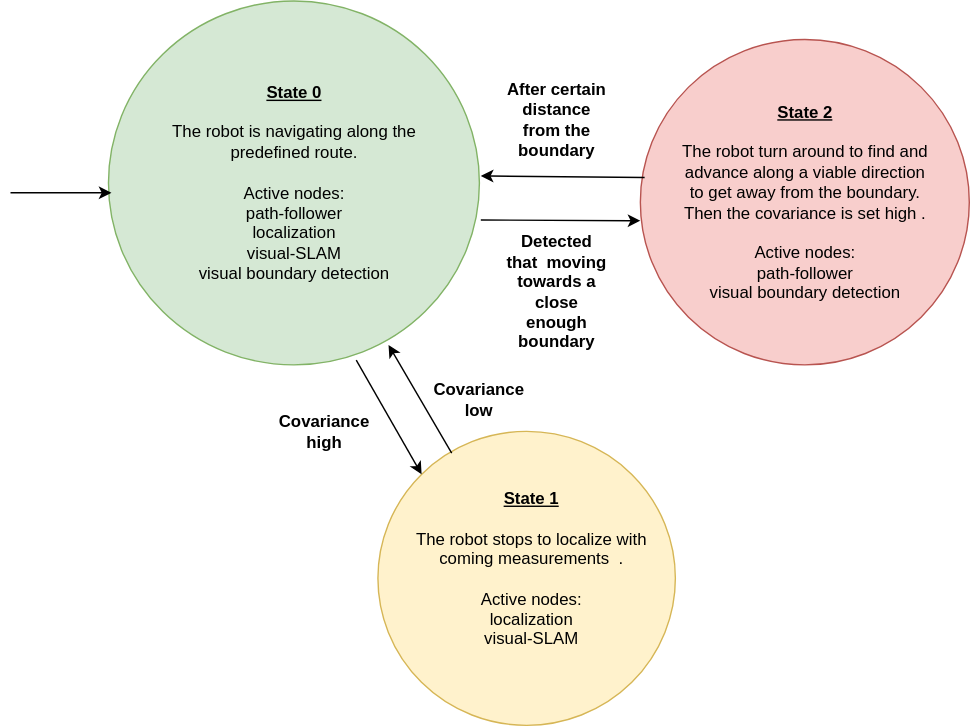
TianzeLi/hrp_myversion keeps this draw.io diagram as doc/media/states.svg. Above is the earlier version. Source tidied: cells renumbered, new cells last; positions are measured from the earlier drawing's top-left corner, leaving out a move shared by most shapes.
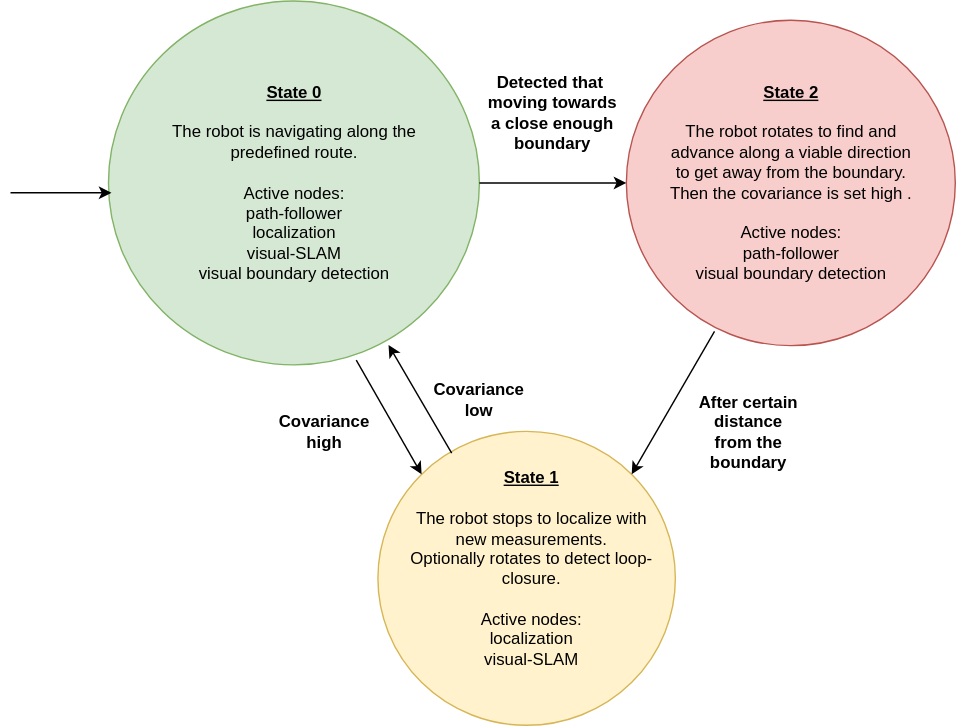
The same diagram one commit later.

Commit message:
Update software state machine.

Change to the diagram source:
```diff
@@ -11,14 +11,14 @@
     <mxCell id="4" style="ellipse;whiteSpace=wrap;html=1;fillColor=#fff2cc;strokeColor=#d6b656;" parent="1" vertex="1">
       <mxGeometry x="262.5" y="307.5" width="212.5" height="210" as="geometry" />
     </mxCell>
-    <mxCell id="5" value="&lt;div&gt;&lt;u&gt;&lt;b&gt;State 1&lt;br&gt;&lt;/b&gt;&lt;/u&gt;&lt;/div&gt;&lt;div&gt;&lt;br&gt;&lt;/div&gt;&lt;div&gt;The robot stops to localize with&lt;br&gt;&lt;/div&gt;&lt;div&gt;coming measurements&amp;nbsp; .&lt;/div&gt;&lt;div&gt;&lt;br&gt;&lt;/div&gt;&lt;div&gt;Active nodes:&lt;/div&gt;&lt;div&gt;localization&lt;/div&gt;&lt;div&gt;visual-SLAM&lt;/div&gt;&lt;div&gt;&lt;br&gt;&lt;/div&gt;" style="text;html=1;strokeColor=none;fillColor=none;align=center;verticalAlign=middle;whiteSpace=wrap;rounded=0;" parent="1" vertex="1">
+    <mxCell id="5" value="&lt;div&gt;&lt;u&gt;&lt;b&gt;State 1&lt;br&gt;&lt;/b&gt;&lt;/u&gt;&lt;/div&gt;&lt;div&gt;&lt;br&gt;&lt;/div&gt;&lt;div&gt;The robot stops to localize with&lt;br&gt;&lt;/div&gt;&lt;div&gt;new measurements.&lt;/div&gt;&lt;div&gt;Optionally rotates to detect loop-closure.&lt;br&gt;&lt;/div&gt;&lt;div&gt;&lt;br&gt;&lt;/div&gt;&lt;div&gt;Active nodes:&lt;/div&gt;&lt;div&gt;localization&lt;/div&gt;&lt;div&gt;visual-SLAM&lt;/div&gt;&lt;div&gt;&lt;br&gt;&lt;/div&gt;" style="text;html=1;strokeColor=none;fillColor=none;align=center;verticalAlign=middle;whiteSpace=wrap;rounded=0;" parent="1" vertex="1">
       <mxGeometry x="275" y="350" width="195" height="125" as="geometry" />
     </mxCell>
     <mxCell id="6" style="ellipse;whiteSpace=wrap;html=1;fillColor=#f8cecc;strokeColor=#b85450;" parent="1" vertex="1">
-      <mxGeometry x="450" y="27.5" width="235" height="232.5" as="geometry" />
+      <mxGeometry x="440" y="13.8" width="235" height="232.5" as="geometry" />
     </mxCell>
-    <mxCell id="7" value="&lt;div&gt;&lt;u&gt;&lt;b&gt;State 2&lt;br&gt;&lt;/b&gt;&lt;/u&gt;&lt;/div&gt;&lt;div&gt;&lt;br&gt;&lt;/div&gt;&lt;div&gt;The robot turn around to find and advance along a viable direction to get away from the boundary. Then the covariance is set high .&lt;/div&gt;&lt;div&gt;&lt;br&gt;&lt;/div&gt;&lt;div&gt;Active nodes:&lt;/div&gt;&lt;div&gt;path-follower&lt;br&gt;&lt;/div&gt;&lt;div&gt;visual boundary detection&lt;br&gt;&lt;/div&gt;" style="text;html=1;strokeColor=none;fillColor=none;align=center;verticalAlign=middle;whiteSpace=wrap;rounded=0;" parent="1" vertex="1">
-      <mxGeometry x="477.5" y="81.2" width="180" height="125" as="geometry" />
+    <mxCell id="7" value="&lt;div&gt;&lt;u&gt;&lt;b&gt;State 2&lt;br&gt;&lt;/b&gt;&lt;/u&gt;&lt;/div&gt;&lt;div&gt;&lt;br&gt;&lt;/div&gt;&lt;div&gt;The robot rotates to find and advance along a viable direction to get away from the boundary. Then the covariance is set high .&lt;/div&gt;&lt;div&gt;&lt;br&gt;&lt;/div&gt;&lt;div&gt;Active nodes:&lt;/div&gt;&lt;div&gt;path-follower&lt;br&gt;&lt;/div&gt;&lt;div&gt;visual boundary detection&lt;br&gt;&lt;/div&gt;" style="text;html=1;strokeColor=none;fillColor=none;align=center;verticalAlign=middle;whiteSpace=wrap;rounded=0;" parent="1" vertex="1">
+      <mxGeometry x="467.5" y="67.5" width="180" height="125" as="geometry" />
     </mxCell>
     <mxCell id="8" style="endArrow=classic;html=1;entryX=0;entryY=0;entryDx=0;entryDy=0;exitX=0.668;exitY=0.987;exitDx=0;exitDy=0;exitPerimeter=0;" parent="1" edge="1" source="2" target="4">
       <mxGeometry relative="1" as="geometry" />
@@ -26,16 +26,11 @@
     <mxCell id="9" style="endArrow=classic;html=1;exitX=0.248;exitY=0.074;exitDx=0;exitDy=0;exitPerimeter=0;entryX=0.755;entryY=0.945;entryDx=0;entryDy=0;entryPerimeter=0;" parent="1" edge="1" source="4" target="2">
       <mxGeometry relative="1" as="geometry" />
     </mxCell>
-    <mxCell id="10" style="endArrow=classic;html=1;" parent="1" edge="1">
-      <mxGeometry relative="1" as="geometry">
-        <mxPoint x="336" y="156.5" as="sourcePoint" />
-        <mxPoint x="450" y="157" as="targetPoint" />
-      </mxGeometry>
+    <mxCell id="10" style="endArrow=classic;html=1;entryX=0;entryY=0.5;entryDx=0;entryDy=0;exitX=1;exitY=0.5;exitDx=0;exitDy=0;" parent="1" edge="1" source="2" target="6">
+      <mxGeometry relative="1" as="geometry" />
     </mxCell>
-    <mxCell id="11" style="endArrow=classic;html=1;exitX=0.013;exitY=0.424;exitDx=0;exitDy=0;exitPerimeter=0;" parent="1" edge="1" source="6">
-      <mxGeometry relative="1" as="geometry">
-        <mxPoint x="336" y="125" as="targetPoint" />
-      </mxGeometry>
+    <mxCell id="11" style="endArrow=classic;html=1;exitX=0.268;exitY=0.956;exitDx=0;exitDy=0;exitPerimeter=0;entryX=1;entryY=0;entryDx=0;entryDy=0;" parent="1" edge="1" source="6" target="4">
+      <mxGeometry relative="1" as="geometry" />
     </mxCell>
     <mxCell id="12" value="&lt;div&gt;&lt;b&gt;Covariance &lt;br&gt;&lt;/b&gt;&lt;/div&gt;&lt;div&gt;&lt;b&gt;low&lt;/b&gt;&lt;/div&gt;" style="text;html=1;strokeColor=none;fillColor=none;align=center;verticalAlign=middle;whiteSpace=wrap;rounded=0;" parent="1" vertex="1">
       <mxGeometry x="285" y="272.5" width="100" height="25" as="geometry" />
@@ -44,10 +39,10 @@
       <mxGeometry x="180" y="286.2" width="88.8" height="43.8" as="geometry" />
     </mxCell>
     <mxCell id="14" value="&lt;b&gt;After certain distance from the boundary&lt;/b&gt;" style="text;html=1;strokeColor=none;fillColor=none;align=center;verticalAlign=middle;whiteSpace=wrap;rounded=0;" parent="1" vertex="1">
-      <mxGeometry x="352.5" y="50" width="75" height="70" as="geometry" />
+      <mxGeometry x="490" y="272.5" width="75" height="70" as="geometry" />
     </mxCell>
     <mxCell id="15" value="&lt;b&gt;Detected that&amp;nbsp; moving towards a close enough boundary &lt;/b&gt;" style="text;html=1;strokeColor=none;fillColor=none;align=center;verticalAlign=middle;whiteSpace=wrap;rounded=0;" parent="1" vertex="1">
-      <mxGeometry x="352.5" y="167.5" width="75" height="80" as="geometry" />
+      <mxGeometry x="340" y="40" width="95" height="80" as="geometry" />
     </mxCell>
     <mxCell id="16" style="endArrow=classic;html=1;entryX=0.008;entryY=0.527;entryDx=0;entryDy=0;entryPerimeter=0;" parent="1" edge="1" target="2">
       <mxGeometry relative="1" as="geometry">
```
